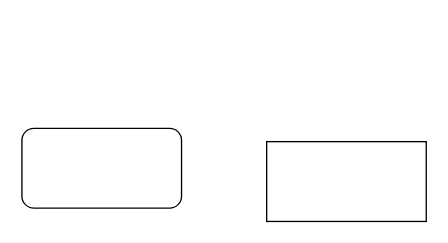
Earlier version of the draw.io diagram draw.io/未命名绘图.drawio (lieying8/sync). Source tidied: cells renumbered, new cells numbered last; positions are measured from the earlier drawing's top-left corner, leaving out a move shared by most shapes. Both pictures are drawn from the tidied source at 133%, with x=0, y=0 at pixel (21, 128).
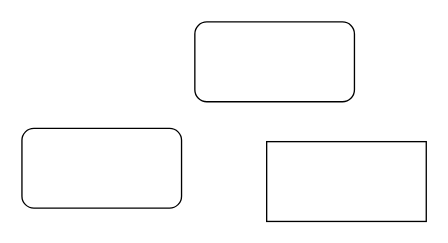
The same page after the edit.

Commit message:
更新未命名绘图.drawio

The edit, as a diff of the source:
```diff
@@
 <mxGraphModel>
   <root>
     <mxCell id="0" />
     <mxCell id="1" parent="0" />
     <mxCell id="2" style="rounded=1;whiteSpace=wrap;html=1;" parent="1" vertex="1">
       <mxGeometry width="120" height="60" as="geometry" />
     </mxCell>
     <mxCell id="3" style="rounded=0;whiteSpace=wrap;html=1;" parent="1" vertex="1">
       <mxGeometry x="184" y="10" width="120" height="60" as="geometry" />
     </mxCell>
+    <mxCell id="4" style="rounded=1;whiteSpace=wrap;html=1;" parent="1" vertex="1">
+      <mxGeometry x="130" y="-80" width="120" height="60" as="geometry" />
+    </mxCell>
   </root>
 </mxGraphModel>
```
